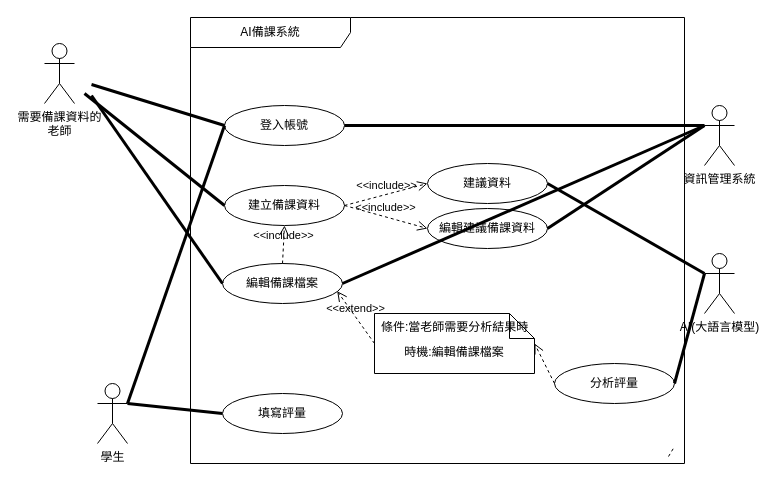
Kevincheng0804/System-analysis keeps this draw.io diagram as 使用個案圖-簡.drawio. Above is the earlier version. Source tidied: cells renumbered, new cells numbered last; positions are measured from the earlier drawing's top-left corner, leaving out a move shared by most shapes. Both pictures are drawn from the tidied source at 100%, with x=0, y=0 at pixel (44, 17).
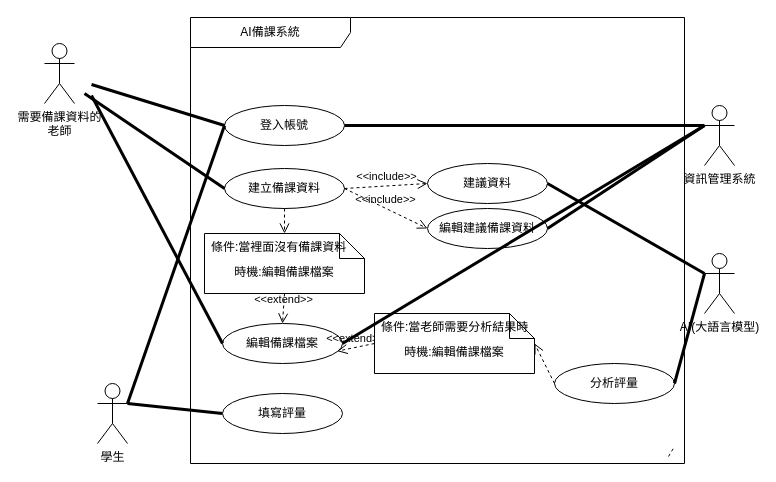
Above is the later version.

Commit message:
更新使用個案圖-簡.drawio

Unchanged cells that the change refers to:
```xml
<mxCell id="3" value="AI備課系統" style="shape=umlFrame;whiteSpace=wrap;html=1;width=160;" parent="1" vertex="1">
  <mxGeometry x="146" width="494" height="446" as="geometry" />
</mxCell>
```

The edit, as a diff of the source:
```diff
@@
     <mxCell id="5" value="建立備課資料" style="ellipse;html=1;whiteSpace=wrap;" parent="3" vertex="1">
-      <mxGeometry x="34" y="168" width="120" height="40" as="geometry" />
+      <mxGeometry x="34" y="151" width="120" height="40" as="geometry" />
     </mxCell>
@@
     <mxCell id="10" value="編輯備課檔案" style="ellipse;html=1;whiteSpace=wrap;" parent="3" vertex="1">
-      <mxGeometry x="32" y="246" width="120" height="40" as="geometry" />
+      <mxGeometry x="32" y="306" width="120" height="40" as="geometry" />
     </mxCell>
@@
-    <mxCell id="21" value="&amp;lt;&amp;lt;include&amp;gt;&amp;gt;" style="endArrow=open;startArrow=none;endFill=0;startFill=0;endSize=8;html=1;verticalAlign=bottom;dashed=1;labelBackgroundColor=none;rounded=0;exitX=0.5;exitY=0;exitDx=0;exitDy=0;entryX=0.5;entryY=1;entryDx=0;entryDy=0;" parent="3" edge="1" source="10" target="5">
+    <mxCell id="21" value="&amp;lt;&amp;lt;extend&amp;gt;&amp;gt;" style="endArrow=open;startArrow=none;endFill=0;startFill=0;endSize=8;html=1;verticalAlign=bottom;dashed=1;labelBackgroundColor=none;rounded=0;exitX=0.5;exitY=1;exitDx=0;exitDy=0;entryX=0.5;entryY=0;entryDx=0;entryDy=0;exitPerimeter=0;" parent="3" edge="1" source="32" target="10">
       <mxGeometry relative="1" as="geometry" />
     </mxCell>
+    <mxCell id="32" value="時機:編輯備課檔案" style="shape=note2;boundedLbl=1;whiteSpace=wrap;html=1;size=25;verticalAlign=top;align=center;" parent="3" vertex="1">
+      <mxGeometry x="14" y="216" width="160" height="60" as="geometry" />
+    </mxCell>
+    <mxCell id="33" value="條件:當裡面沒有備課資料" style="strokeColor=none;fillColor=none;align=left;spacingLeft=5;" parent="32" vertex="1">
+      <mxGeometry width="160" height="25" relative="1" as="geometry" />
+    </mxCell>
+    <mxCell id="34" style="endArrow=open;startArrow=none;endFill=0;startFill=0;endSize=8;html=1;verticalAlign=bottom;dashed=1;labelBackgroundColor=none;rounded=0;exitX=0.5;exitY=1;exitDx=0;exitDy=0;entryX=0.5;entryY=0;entryDx=0;entryDy=0;" parent="3" edge="1" source="5" target="33">
+      <mxGeometry relative="1" as="geometry" />
+    </mxCell>
```
